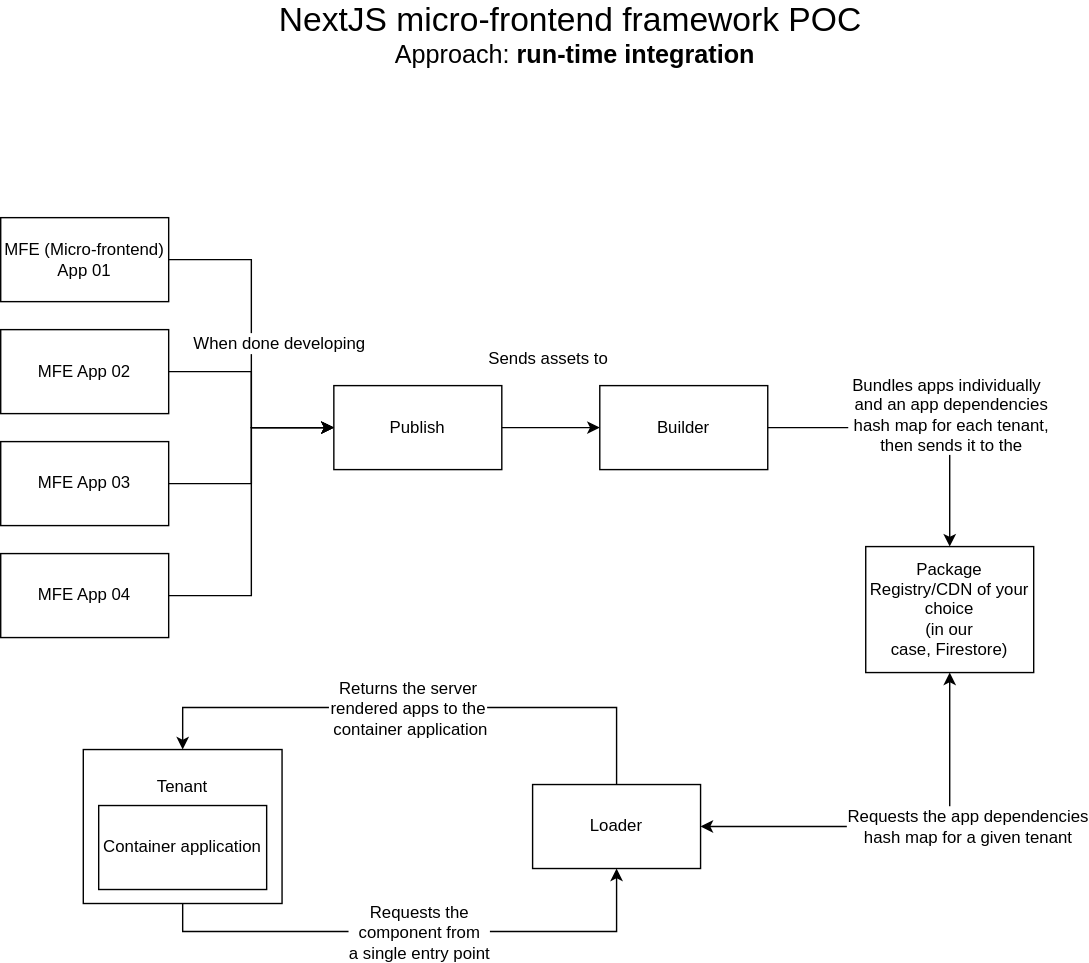
Above: docs/assets/nrti.svg in marcelovicentegc/microfrontend-framework (draw.io), before the change. Source tidied: cells renumbered, new cells last; positions are measured from the earlier drawing's top-left corner, leaving out a move shared by most shapes.
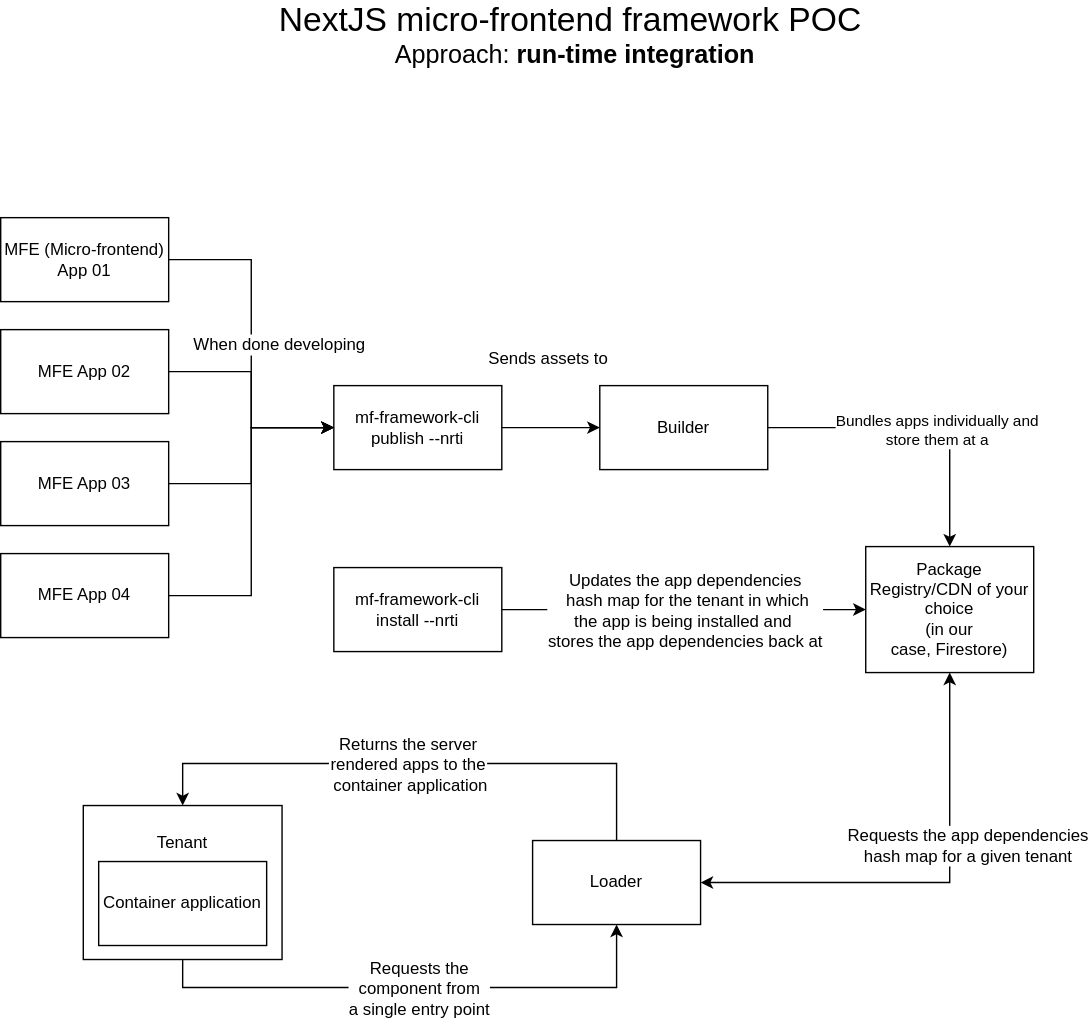
Above is the later version.

What changed in the source:
```diff
@@ -3,7 +3,7 @@
     <mxCell id="0" />
     <mxCell id="1" parent="0" />
     <mxCell id="2" value="Tenant&lt;br&gt;&lt;br&gt;&lt;br&gt;&lt;br&gt;&lt;br&gt;" style="whiteSpace=wrap;html=1;" parent="1" vertex="1">
-      <mxGeometry x="59" y="530" width="142" height="110" as="geometry" />
+      <mxGeometry x="59" y="570" width="142" height="110" as="geometry" />
     </mxCell>
     <mxCell id="3" value="&lt;font style=&quot;font-size: 24px&quot;&gt;NextJS micro-frontend framework POC&amp;nbsp;&lt;br&gt;&lt;/font&gt;&lt;font style=&quot;font-size: 18px&quot;&gt;Approach: &lt;b&gt;run-time&amp;nbsp;integration&lt;/b&gt;&lt;/font&gt;" style="text;html=1;align=center;verticalAlign=middle;strokeColor=none;fillColor=none;" parent="1" vertex="1">
       <mxGeometry x="190" width="440" height="40" as="geometry" />
@@ -45,7 +45,7 @@
         <mxPoint x="10" y="-47" as="offset" />
       </mxGeometry>
     </mxCell>
-    <mxCell id="15" value="Publish" style="whiteSpace=wrap;html=1;fontSize=12;" parent="1" vertex="1">
+    <mxCell id="15" value="mf-framework-cli publish --nrti" style="whiteSpace=wrap;html=1;fontSize=12;" parent="1" vertex="1">
       <mxGeometry x="238" y="270" width="120" height="60" as="geometry" />
     </mxCell>
     <mxCell id="16" style="edgeStyle=orthogonalEdgeStyle;rounded=0;jettySize=auto;html=1;fontSize=12;entryX=0.5;entryY=1;entryDx=0;entryDy=0;exitX=0.5;exitY=1;exitDx=0;exitDy=0;" parent="1" edge="1" source="2" target="27">
@@ -57,16 +57,14 @@
       </mxGeometry>
     </mxCell>
     <mxCell id="18" value="Container application" style="whiteSpace=wrap;html=1;" parent="1" vertex="1">
-      <mxGeometry x="70" y="570" width="120" height="60" as="geometry" />
+      <mxGeometry x="70" y="610" width="120" height="60" as="geometry" />
     </mxCell>
     <mxCell id="19" style="edgeStyle=orthogonalEdgeStyle;rounded=0;jettySize=auto;html=1;" parent="1" edge="1" source="21" target="22">
       <mxGeometry relative="1" as="geometry" />
     </mxCell>
-    <mxCell id="20" value="&lt;span style=&quot;font-size: 12px&quot;&gt;Bundles apps individually&amp;nbsp;&amp;nbsp;&lt;br&gt;&lt;/span&gt;&lt;font style=&quot;font-size: 12px&quot;&gt;and an app dependencies&lt;br&gt;&amp;nbsp;hash map&amp;nbsp;&lt;/font&gt;&lt;font style=&quot;font-size: 12px&quot;&gt;for each tenant,&amp;nbsp;&lt;br&gt;then sends it to the&lt;br&gt;&lt;/font&gt;" style="edgeLabel;html=1;align=center;verticalAlign=middle;" parent="19" vertex="1">
-      <mxGeometry x="0.01" y="1" relative="1" as="geometry">
-        <mxPoint x="22" y="-9" as="offset" />
-      </mxGeometry>
-    </mxCell>
+    <mxCell id="28" value="Bundles apps individually and&lt;br&gt;store them at a" style="edgeLabel;html=1;align=center;verticalAlign=middle;" parent="19" vertex="1">
+      <mxGeometry x="0.12" y="-1" relative="1" as="geometry" />
+    </mxCell>
     <mxCell id="21" value="Builder" style="whiteSpace=wrap;html=1;fontSize=12;" parent="1" vertex="1">
       <mxGeometry x="428" y="270" width="120" height="60" as="geometry" />
     </mxCell>
@@ -84,8 +82,8 @@
     <mxCell id="25" style="edgeStyle=orthogonalEdgeStyle;rounded=0;jettySize=auto;html=1;entryX=0.5;entryY=0;entryDx=0;entryDy=0;fontSize=12;startArrow=none;startFill=0;exitX=0.5;exitY=0;exitDx=0;exitDy=0;" parent="1" edge="1" source="27" target="2">
       <mxGeometry relative="1" as="geometry">
         <Array as="points">
-          <mxPoint x="440" y="500" />
-          <mxPoint x="130" y="500" />
+          <mxPoint x="440" y="540" />
+          <mxPoint x="130" y="540" />
         </Array>
       </mxGeometry>
     </mxCell>
@@ -95,7 +93,18 @@
       </mxGeometry>
     </mxCell>
     <mxCell id="27" value="Loader" style="whiteSpace=wrap;html=1;" parent="1" vertex="1">
-      <mxGeometry x="380" y="555" width="120" height="60" as="geometry" />
+      <mxGeometry x="380" y="595" width="120" height="60" as="geometry" />
     </mxCell>
+    <mxCell id="29" style="edgeStyle=orthogonalEdgeStyle;rounded=0;jettySize=auto;html=1;" parent="1" edge="1" source="31" target="22">
+      <mxGeometry relative="1" as="geometry" />
+    </mxCell>
+    <mxCell id="30" value="&lt;font style=&quot;font-size: 12px&quot;&gt;Updates the app dependencies&lt;br&gt;&amp;nbsp;hash map&amp;nbsp;&lt;/font&gt;&lt;font style=&quot;font-size: 12px&quot;&gt;for the tenant in which&lt;br&gt;the app is being installed and&amp;nbsp;&lt;br&gt;stores the app dependencies back at&lt;br&gt;&lt;/font&gt;" style="edgeLabel;html=1;align=center;verticalAlign=middle;" parent="29" vertex="1">
+      <mxGeometry x="-0.44" y="-4" relative="1" as="geometry">
+        <mxPoint x="57" y="-4" as="offset" />
+      </mxGeometry>
+    </mxCell>
+    <mxCell id="31" value="mf-framework-cli install --nrti" style="whiteSpace=wrap;html=1;fontSize=12;" parent="1" vertex="1">
+      <mxGeometry x="238" y="400" width="120" height="60" as="geometry" />
+    </mxCell>
   </root>
 </mxGraphModel>
```
